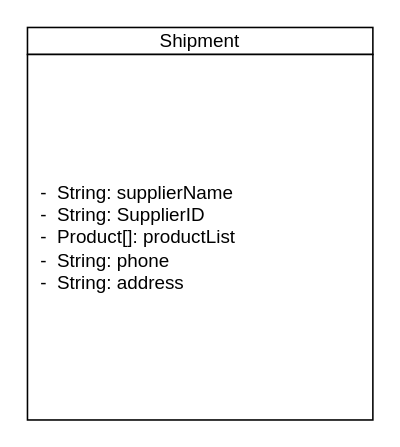
chrismd2/CSci-430-Group-11 keeps this draw.io diagram as Project_1/Class_Diagrams/Shipment Class Diagram.drawio. Above is the earlier version. Source tidied: cells renumbered, new cells numbered last; positions are measured from the earlier drawing's top-left corner, leaving out a move shared by most shapes. Both pictures are drawn from the tidied source at 157%, with x=0, y=0 at pixel (27, 27).
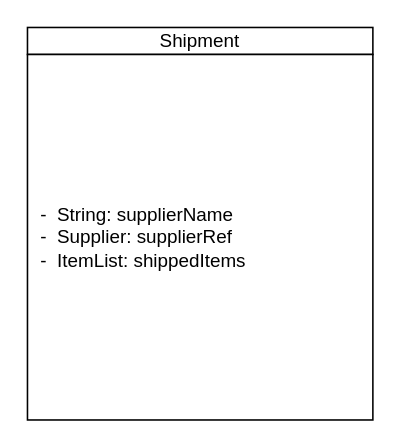
After the change.

Diff of the diagram source:
```diff
@@
 <mxGraphModel>
   <root>
     <mxCell id="0" />
     <mxCell id="1" parent="0" />
     <mxCell id="2" value="-" style="group;" parent="1" vertex="1">
       <mxGeometry width="220" height="250" as="geometry" />
     </mxCell>
     <mxCell id="3" value="Shipment" style="text;html=1;align=center;verticalAlign=middle;whiteSpace=wrap;rounded=0;strokeColor=#000000;fillColor=#ffffff;" parent="2" vertex="1">
       <mxGeometry width="220" height="17.2" as="geometry" />
     </mxCell>
-    <mxCell id="4" value="&amp;nbsp; -&amp;nbsp; String: supplierName&lt;br&gt;&amp;nbsp; -&amp;nbsp; String: SupplierID&lt;br&gt;&amp;nbsp; -&amp;nbsp; Product[]: productList&lt;br&gt;&amp;nbsp; -&amp;nbsp; String: phone&lt;br&gt;&amp;nbsp; -&amp;nbsp; String: address" style="text;html=1;align=left;verticalAlign=middle;whiteSpace=wrap;rounded=0;strokeColor=#000000;fillColor=#ffffff;" parent="2" vertex="1">
+    <mxCell id="4" value="&amp;nbsp; -&amp;nbsp; String: supplierName&lt;br&gt;&amp;nbsp; -&amp;nbsp; Supplier: supplierRef&lt;br&gt;&amp;nbsp; -&amp;nbsp; ItemList: shippedItems" style="text;html=1;align=left;verticalAlign=middle;whiteSpace=wrap;rounded=0;strokeColor=#000000;fillColor=#ffffff;" parent="2" vertex="1">
       <mxGeometry y="17.2" width="220" height="232.8" as="geometry" />
     </mxCell>
   </root>
 </mxGraphModel>
```
